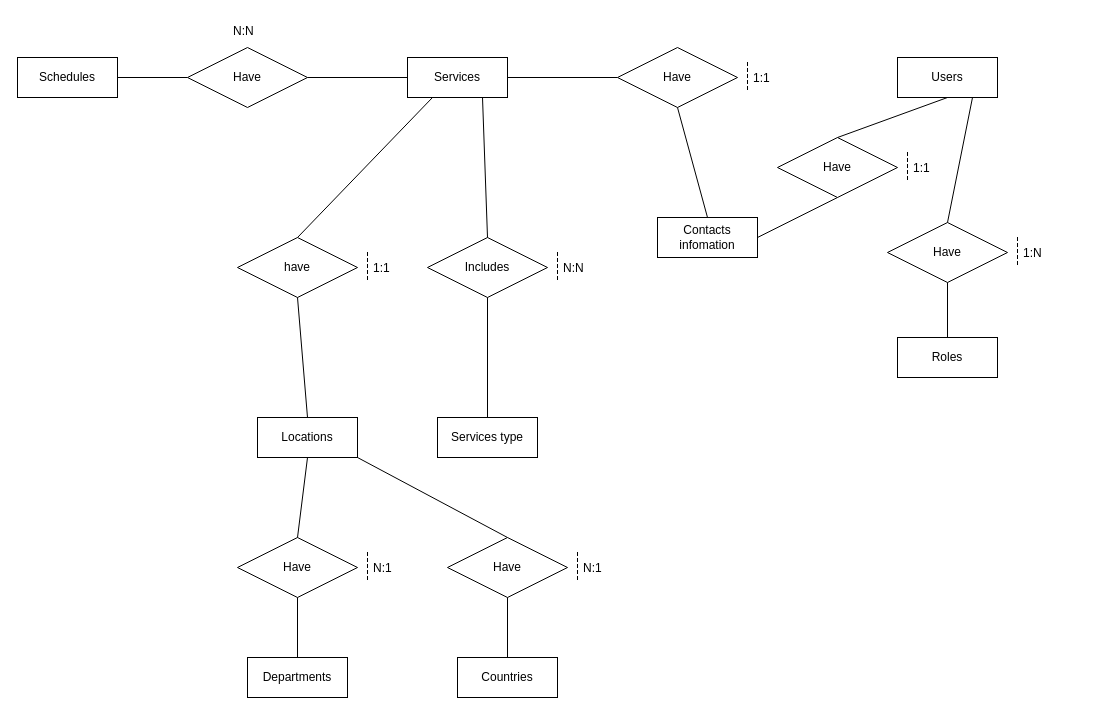
DrDaxter/diagrams keeps this draw.io diagram as caminoDiagrams/Camino entidad relacion diagrama.drawio. Above is the earlier version. Source tidied: cells renumbered, new cells numbered last; positions are measured from the earlier drawing's top-left corner, leaving out a move shared by most shapes. Both pictures are drawn from the tidied source at 100%, with x=0, y=0 at pixel (17, 17).
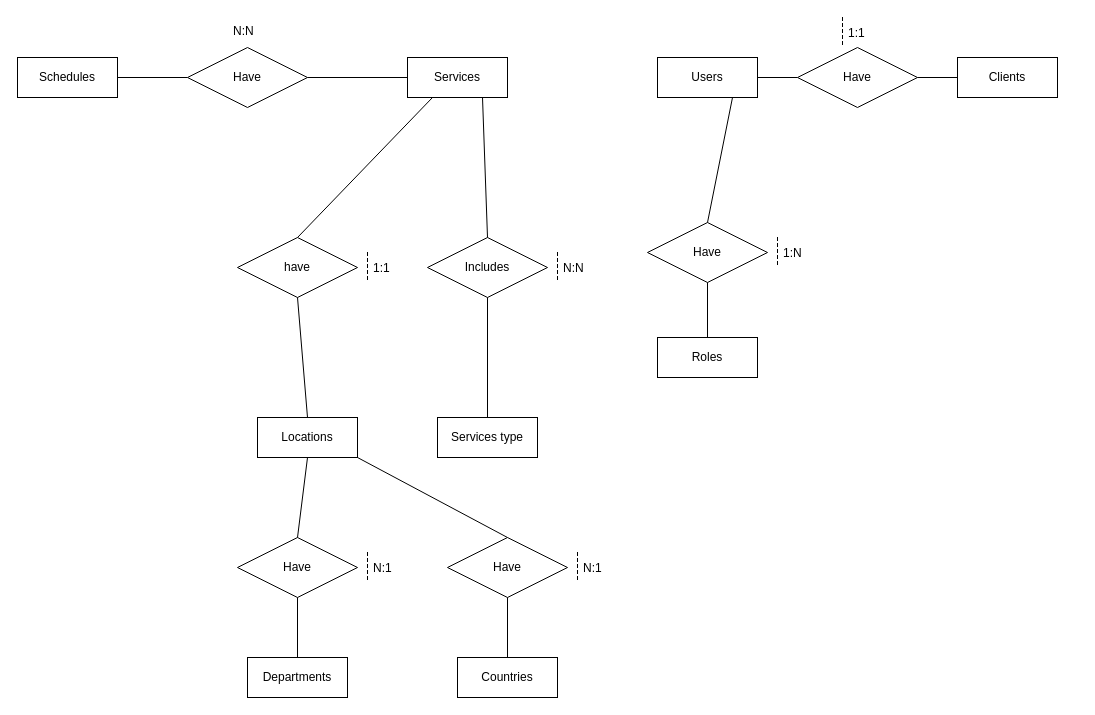
After the change.

The change refers to these unchanged cells:
```xml
<mxCell id="2" value="Services" style="whiteSpace=wrap;html=1;align=center;" parent="1" vertex="1">
  <mxGeometry x="390" y="40" width="100" height="40" as="geometry" />
</mxCell>
```

Diff of the diagram source:
```diff
@@
-    <mxCell id="7" value="Contacts infomation" style="whiteSpace=wrap;html=1;align=center;" parent="1" vertex="1">
-      <mxGeometry x="640" y="200" width="100" height="40" as="geometry" />
-    </mxCell>
     <mxCell id="8" value="Users" style="whiteSpace=wrap;html=1;align=center;" parent="1" vertex="1">
-      <mxGeometry x="880" y="40" width="100" height="40" as="geometry" />
+      <mxGeometry x="640" y="40" width="100" height="40" as="geometry" />
     </mxCell>
     <mxCell id="9" value="Roles" style="whiteSpace=wrap;html=1;align=center;" parent="1" vertex="1">
-      <mxGeometry x="880" y="320" width="100" height="40" as="geometry" />
+      <mxGeometry x="640" y="320" width="100" height="40" as="geometry" />
     </mxCell>
@@
-    <mxCell id="31" value="Have" style="shape=rhombus;perimeter=rhombusPerimeter;whiteSpace=wrap;html=1;align=center;" parent="1" vertex="1">
-      <mxGeometry x="600" y="30" width="120" height="60" as="geometry" />
-    </mxCell>
-    <mxCell id="32" style="endArrow=none;html=1;rounded=0;exitX=1;exitY=0.5;exitDx=0;exitDy=0;entryX=0;entryY=0.5;entryDx=0;entryDy=0;" parent="1" edge="1" source="2" target="31">
-      <mxGeometry relative="1" as="geometry" />
-    </mxCell>
-    <mxCell id="33" style="endArrow=none;html=1;rounded=0;exitX=0.5;exitY=1;exitDx=0;exitDy=0;entryX=0.5;entryY=0;entryDx=0;entryDy=0;" parent="1" edge="1" source="31" target="7">
-      <mxGeometry relative="1" as="geometry" />
-    </mxCell>
-    <mxCell id="34" value="1:1" style="shape=partialRectangle;fillColor=none;align=left;verticalAlign=middle;strokeColor=none;spacingLeft=34;" parent="1" vertex="1">
-      <mxGeometry x="700" y="45" width="90" height="30" as="geometry" />
-    </mxCell>
-    <mxCell id="35" style="shape=partialRectangle;top=0;left=0;bottom=0;fillColor=none;stokeWidth=1;dashed=1;align=left;verticalAlign=middle;spacingLeft=4;spacingRight=4;overflow=hidden;" parent="34" vertex="1">
-      <mxGeometry width="30" height="30" as="geometry" />
-    </mxCell>
-    <mxCell id="36" value="Have" style="shape=rhombus;perimeter=rhombusPerimeter;whiteSpace=wrap;html=1;align=center;" parent="1" vertex="1">
-      <mxGeometry x="760" y="120" width="120" height="60" as="geometry" />
-    </mxCell>
-    <mxCell id="37" style="endArrow=none;html=1;rounded=0;exitX=0.5;exitY=1;exitDx=0;exitDy=0;entryX=1;entryY=0.5;entryDx=0;entryDy=0;" parent="1" edge="1" source="36" target="7">
-      <mxGeometry relative="1" as="geometry" />
-    </mxCell>
-    <mxCell id="38" style="endArrow=none;html=1;rounded=0;exitX=0.5;exitY=1;exitDx=0;exitDy=0;entryX=0.5;entryY=0;entryDx=0;entryDy=0;" parent="1" edge="1" source="8" target="36">
-      <mxGeometry relative="1" as="geometry" />
-    </mxCell>
-    <mxCell id="39" value="1:1" style="shape=partialRectangle;fillColor=none;align=left;verticalAlign=middle;strokeColor=none;spacingLeft=34;" parent="1" vertex="1">
-      <mxGeometry x="860" y="135" width="90" height="30" as="geometry" />
-    </mxCell>
-    <mxCell id="40" style="shape=partialRectangle;top=0;left=0;bottom=0;fillColor=none;stokeWidth=1;dashed=1;align=left;verticalAlign=middle;spacingLeft=4;spacingRight=4;overflow=hidden;" parent="39" vertex="1">
-      <mxGeometry width="30" height="30" as="geometry" />
-    </mxCell>
     <mxCell id="41" value="Have" style="shape=rhombus;perimeter=rhombusPerimeter;whiteSpace=wrap;html=1;align=center;" parent="1" vertex="1">
-      <mxGeometry x="870" y="205" width="120" height="60" as="geometry" />
+      <mxGeometry x="630" y="205" width="120" height="60" as="geometry" />
     </mxCell>
@@
     <mxCell id="44" value="1:N" style="shape=partialRectangle;fillColor=none;align=left;verticalAlign=middle;strokeColor=none;spacingLeft=34;" parent="1" vertex="1">
-      <mxGeometry x="970" y="220" width="90" height="30" as="geometry" />
+      <mxGeometry x="730" y="220" width="90" height="30" as="geometry" />
     </mxCell>
@@
+    <mxCell id="51" value="Clients" style="whiteSpace=wrap;html=1;align=center;" parent="1" vertex="1">
+      <mxGeometry x="940" y="40" width="100" height="40" as="geometry" />
+    </mxCell>
+    <mxCell id="52" value="Have" style="shape=rhombus;perimeter=rhombusPerimeter;whiteSpace=wrap;html=1;align=center;" parent="1" vertex="1">
+      <mxGeometry x="780" y="30" width="120" height="60" as="geometry" />
+    </mxCell>
+    <mxCell id="53" style="endArrow=none;html=1;rounded=0;exitX=1;exitY=0.5;exitDx=0;exitDy=0;entryX=0;entryY=0.5;entryDx=0;entryDy=0;" parent="1" edge="1" source="8" target="52">
+      <mxGeometry relative="1" as="geometry" />
+    </mxCell>
+    <mxCell id="54" style="endArrow=none;html=1;rounded=0;exitX=0;exitY=0.5;exitDx=0;exitDy=0;entryX=1;entryY=0.5;entryDx=0;entryDy=0;" parent="1" edge="1" source="51" target="52">
+      <mxGeometry relative="1" as="geometry" />
+    </mxCell>
+    <mxCell id="55" value="1:1" style="shape=partialRectangle;fillColor=none;align=left;verticalAlign=middle;strokeColor=none;spacingLeft=34;" parent="1" vertex="1">
+      <mxGeometry x="795" width="90" height="30" as="geometry" />
+    </mxCell>
+    <mxCell id="56" style="shape=partialRectangle;top=0;left=0;bottom=0;fillColor=none;stokeWidth=1;dashed=1;align=left;verticalAlign=middle;spacingLeft=4;spacingRight=4;overflow=hidden;" parent="55" vertex="1">
+      <mxGeometry width="30" height="30" as="geometry" />
+    </mxCell>
```
